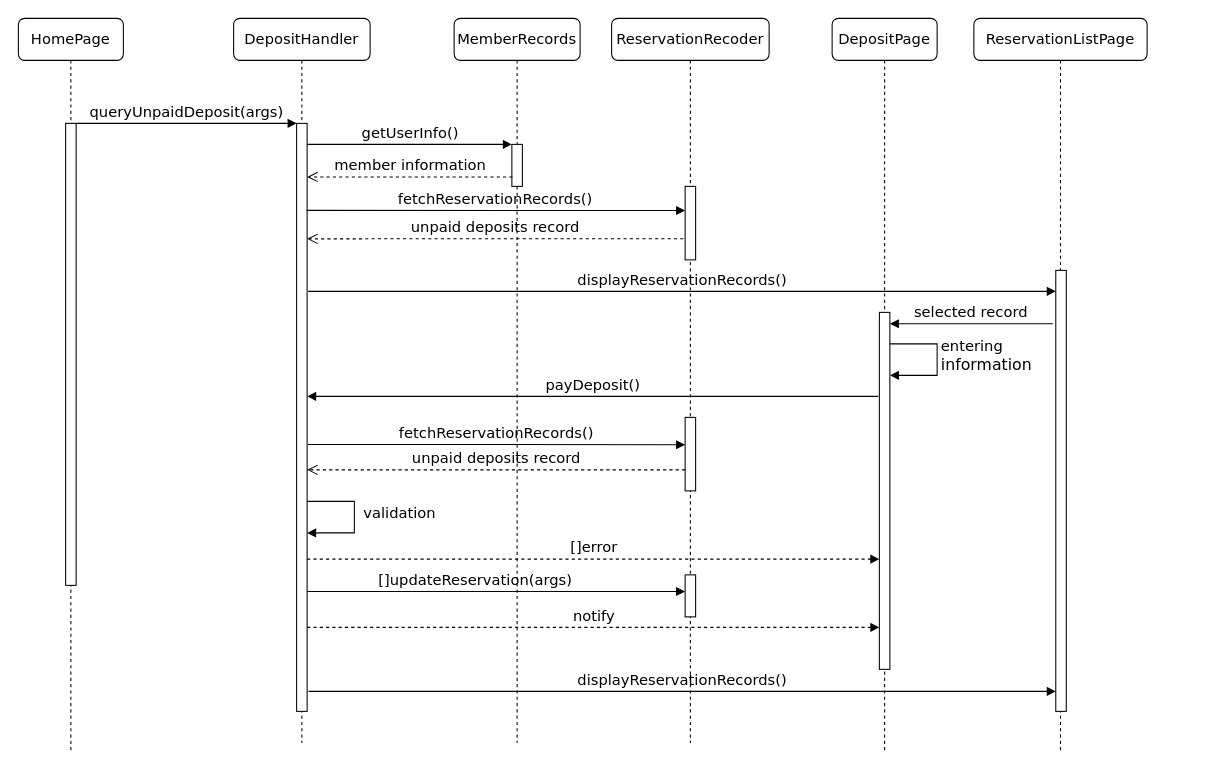
Before: page "Q2" (3 of 3) of Assignment5.drawio in LI-YUXIN-Ryan-Garcia/CSCI3100Assignment, a draw.io diagram. Source tidied: cells renumbered, new cells numbered last; positions are measured from the earlier drawing's top-left corner, leaving out a move shared by most shapes. Both pictures are drawn from the tidied source at 105%, with x=0, y=0 at pixel (18, 18).
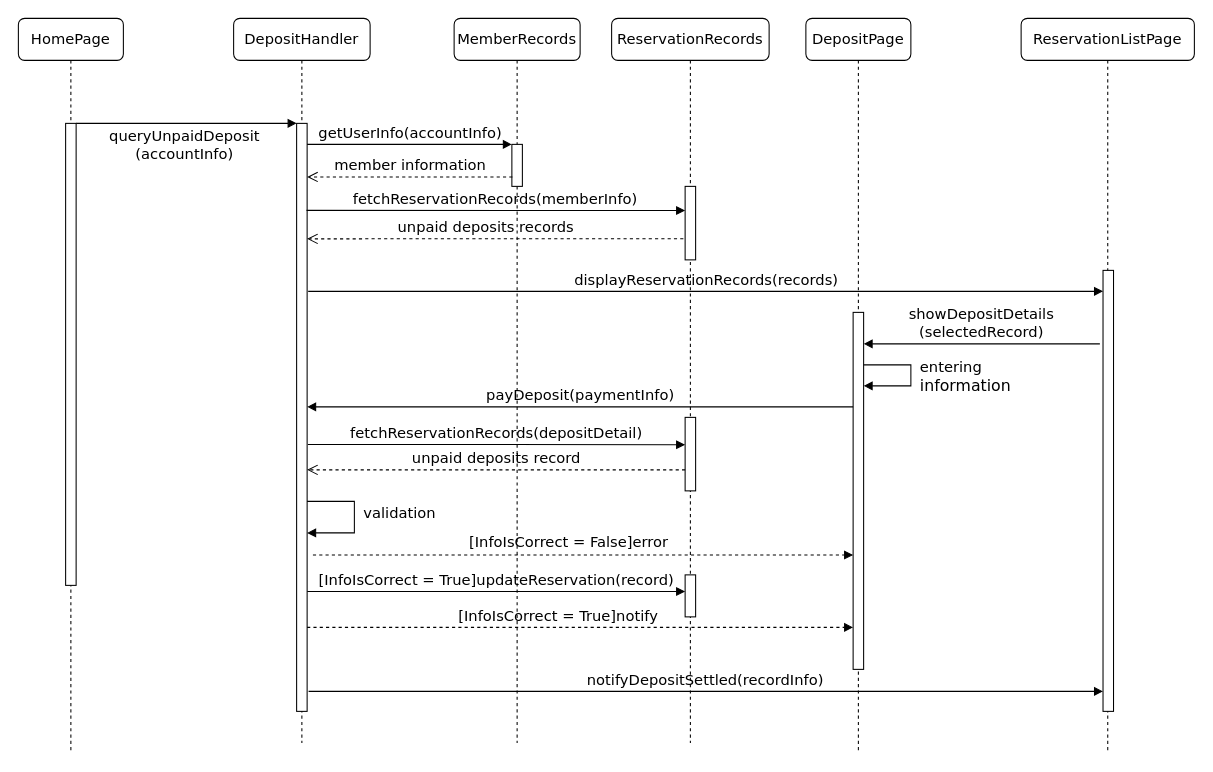
The same diagram, later.

Unchanged cells that the change refers to:
```xml
<mxCell id="3" style="html=1;points=[];perimeter=orthogonalPerimeter;rounded=0;shadow=0;comic=0;labelBackgroundColor=none;strokeColor=#000000;strokeWidth=1;fillColor=#FFFFFF;fontFamily=Verdana;fontSize=14;fontColor=#000000;align=center;" parent="2" vertex="1">
  <mxGeometry x="60" y="100" width="10" height="560" as="geometry" />
</mxCell>
<mxCell id="6" style="html=1;points=[];perimeter=orthogonalPerimeter;rounded=0;shadow=0;comic=0;labelBackgroundColor=none;strokeColor=#000000;strokeWidth=1;fillColor=#FFFFFF;fontFamily=Verdana;fontSize=14;fontColor=#000000;align=center;" parent="5" vertex="1">
  <mxGeometry x="55" y="120" width="10" height="40" as="geometry" />
</mxCell>
<mxCell id="8" style="html=1;points=[];perimeter=orthogonalPerimeter;rounded=0;shadow=0;comic=0;labelBackgroundColor=none;strokeColor=#000000;strokeWidth=1;fillColor=#FFFFFF;fontFamily=Verdana;fontSize=14;fontColor=#000000;align=center;" parent="7" vertex="1">
  <mxGeometry x="70" y="160" width="10" height="70" as="geometry" />
</mxCell>
<mxCell id="9" style="html=1;points=[];perimeter=orthogonalPerimeter;rounded=0;shadow=0;comic=0;labelBackgroundColor=none;strokeColor=#000000;strokeWidth=1;fillColor=#FFFFFF;fontFamily=Verdana;fontSize=14;fontColor=#000000;align=center;" parent="7" vertex="1">
  <mxGeometry x="70" y="380" width="10" height="70" as="geometry" />
</mxCell>
<mxCell id="10" style="html=1;points=[];perimeter=orthogonalPerimeter;rounded=0;shadow=0;comic=0;labelBackgroundColor=none;strokeColor=#000000;strokeWidth=1;fillColor=#FFFFFF;fontFamily=Verdana;fontSize=14;fontColor=#000000;align=center;" parent="7" vertex="1">
  <mxGeometry x="70" y="530" width="10" height="40" as="geometry" />
</mxCell>
<mxCell id="12" style="html=1;points=[];perimeter=orthogonalPerimeter;rounded=0;shadow=0;comic=0;labelBackgroundColor=none;strokeColor=#000000;strokeWidth=1;fillColor=#FFFFFF;fontFamily=Verdana;fontSize=14;fontColor=#000000;align=center;" parent="11" vertex="1">
  <mxGeometry x="45" y="280" width="10" height="340" as="geometry" />
</mxCell>
<mxCell id="15" style="html=1;points=[];perimeter=orthogonalPerimeter;rounded=0;shadow=0;comic=0;labelBackgroundColor=none;strokeColor=#000000;strokeWidth=1;fillColor=#FFFFFF;fontFamily=Verdana;fontSize=14;fontColor=#000000;align=center;" parent="14" vertex="1">
  <mxGeometry x="78" y="240" width="10" height="420" as="geometry" />
</mxCell>
<mxCell id="17" style="html=1;points=[];perimeter=orthogonalPerimeter;rounded=0;shadow=0;comic=0;labelBackgroundColor=none;strokeColor=#000000;strokeWidth=1;fillColor=#FFFFFF;fontFamily=Verdana;fontSize=14;fontColor=#000000;align=center;" parent="16" vertex="1">
  <mxGeometry x="45" y="100" width="10" height="440" as="geometry" />
</mxCell>
```

Change to the diagram source:
```diff
@@
-    <mxCell id="7" value="ReservationRecoder" style="shape=umlLifeline;perimeter=lifelinePerimeter;whiteSpace=wrap;html=1;rounded=1;shadow=0;comic=0;labelBackgroundColor=none;strokeColor=#000000;strokeWidth=1;fillColor=#FFFFFF;fontFamily=Verdana;fontSize=14;fontColor=#000000;align=center;size=40;backgroundOutline=0;" parent="1" vertex="1">
+    <mxCell id="7" value="ReservationRecords" style="shape=umlLifeline;perimeter=lifelinePerimeter;whiteSpace=wrap;html=1;rounded=1;shadow=0;comic=0;labelBackgroundColor=none;strokeColor=#000000;strokeWidth=1;fillColor=#FFFFFF;fontFamily=Verdana;fontSize=14;fontColor=#000000;align=center;size=40;backgroundOutline=0;" parent="1" vertex="1">
       <mxGeometry x="565" width="150" height="690" as="geometry" />
     </mxCell>
@@
     <mxCell id="11" value="DepositPage" style="shape=umlLifeline;perimeter=lifelinePerimeter;whiteSpace=wrap;html=1;rounded=1;shadow=0;comic=0;labelBackgroundColor=none;strokeColor=#000000;strokeWidth=1;fillColor=#FFFFFF;fontFamily=Verdana;fontSize=14;fontColor=#000000;align=center;" parent="1" vertex="1">
-      <mxGeometry x="775" width="100" height="700" as="geometry" />
+      <mxGeometry x="750" width="100" height="700" as="geometry" />
     </mxCell>
@@
     <mxCell id="13" value="&lt;span style=&quot;font-size: 14px&quot;&gt;entering&lt;br&gt;&lt;/span&gt;information&lt;br style=&quot;font-size: 15px&quot;&gt;" style="edgeStyle=orthogonalEdgeStyle;html=1;align=left;spacingLeft=2;endArrow=block;rounded=0;fontSize=15;fontFamily=Verdana;labelBorderColor=none;" parent="11" edge="1" source="12" target="12">
-      <mxGeometry x="-0.25" y="-10" relative="1" as="geometry">
+      <mxGeometry x="-0.18" y="-11" relative="1" as="geometry">
         <Array as="points">
-          <mxPoint x="100" y="310" />
-          <mxPoint x="100" y="340" />
+          <mxPoint x="100" y="330" />
+          <mxPoint x="100" y="350" />
         </Array>
-        <mxPoint x="10" y="10" as="offset" />
+        <mxPoint x="16" y="10" as="offset" />
       </mxGeometry>
     </mxCell>
     <mxCell id="14" value="ReservationListPage" style="shape=umlLifeline;perimeter=lifelinePerimeter;whiteSpace=wrap;html=1;rounded=1;shadow=0;comic=0;labelBackgroundColor=none;strokeColor=#000000;strokeWidth=1;fillColor=#FFFFFF;fontFamily=Verdana;fontSize=14;fontColor=#000000;align=center;" parent="1" vertex="1">
-      <mxGeometry x="910" width="165" height="700" as="geometry" />
+      <mxGeometry x="955" width="165" height="700" as="geometry" />
     </mxCell>
@@
-    <mxCell id="18" value="fetchReservationRecords()" style="html=1;verticalAlign=bottom;endArrow=block;labelBackgroundColor=none;fontFamily=Verdana;fontSize=14;edgeStyle=elbowEdgeStyle;elbow=vertical;exitX=0.943;exitY=0.148;exitDx=0;exitDy=0;exitPerimeter=0;" parent="1" edge="1" source="3" target="8">
+    <mxCell id="18" value="fetchReservationRecords(memberInfo)" style="html=1;verticalAlign=bottom;endArrow=block;labelBackgroundColor=none;fontFamily=Verdana;fontSize=14;edgeStyle=elbowEdgeStyle;elbow=vertical;exitX=0.943;exitY=0.148;exitDx=0;exitDy=0;exitPerimeter=0;" parent="1" edge="1" source="3" target="8">
       <mxGeometry relative="1" as="geometry" />
     </mxCell>
-    <mxCell id="19" value="queryUnpaidDeposit(args)" style="html=1;verticalAlign=bottom;endArrow=block;entryX=0;entryY=0;labelBackgroundColor=none;fontFamily=Verdana;fontSize=14;edgeStyle=elbowEdgeStyle;elbow=vertical;" parent="1" edge="1" source="17" target="3">
-      <mxGeometry relative="1" as="geometry" />
+    <mxCell id="19" value="queryUnpaidDeposit&lt;br&gt;(accountInfo)" style="html=1;verticalAlign=bottom;endArrow=block;entryX=0;entryY=0;labelBackgroundColor=none;fontFamily=Verdana;fontSize=14;edgeStyle=elbowEdgeStyle;elbow=vertical;" parent="1" edge="1" source="17" target="3">
+      <mxGeometry x="-0.02" y="-40" relative="1" as="geometry" />
     </mxCell>
-    <mxCell id="20" value="getUserInfo()" style="html=1;verticalAlign=bottom;endArrow=block;entryX=0;entryY=0;labelBackgroundColor=none;fontFamily=Verdana;fontSize=14;edgeStyle=elbowEdgeStyle;elbow=vertical;" parent="1" edge="1" source="3" target="6">
+    <mxCell id="20" value="getUserInfo(accountInfo)" style="html=1;verticalAlign=bottom;endArrow=block;entryX=0;entryY=0;labelBackgroundColor=none;fontFamily=Verdana;fontSize=14;edgeStyle=elbowEdgeStyle;elbow=vertical;" parent="1" edge="1" source="3" target="6">
       <mxGeometry relative="1" as="geometry" />
     </mxCell>
@@
-    <mxCell id="22" value="displayReservationRecords()" style="html=1;verticalAlign=bottom;endArrow=block;labelBackgroundColor=none;fontFamily=Verdana;fontSize=14;" parent="1" edge="1" target="15">
+    <mxCell id="22" value="displayReservationRecords(records)" style="html=1;verticalAlign=bottom;endArrow=block;labelBackgroundColor=none;fontFamily=Verdana;fontSize=14;" parent="1" edge="1" target="15">
       <mxGeometry relative="1" as="geometry">
         <mxPoint x="276" y="260" as="sourcePoint" />
       </mxGeometry>
     </mxCell>
-    <mxCell id="23" value="unpaid deposits record" style="html=1;verticalAlign=bottom;endArrow=open;dashed=1;endSize=8;labelBackgroundColor=none;fontFamily=Verdana;fontSize=14;edgeStyle=elbowEdgeStyle;elbow=vertical;exitX=-0.167;exitY=0.712;exitDx=0;exitDy=0;exitPerimeter=0;" parent="1" edge="1" source="8" target="3">
-      <mxGeometry relative="1" as="geometry" />
+    <mxCell id="23" value="unpaid deposits records" style="html=1;verticalAlign=bottom;endArrow=open;dashed=1;endSize=8;labelBackgroundColor=none;fontFamily=Verdana;fontSize=14;edgeStyle=elbowEdgeStyle;elbow=vertical;exitX=-0.167;exitY=0.712;exitDx=0;exitDy=0;exitPerimeter=0;" parent="1" edge="1" source="8" target="3">
+      <mxGeometry x="0.05" relative="1" as="geometry" />
     </mxCell>
-    <mxCell id="24" value="payDeposit()" style="html=1;verticalAlign=bottom;endArrow=block;labelBackgroundColor=none;fontFamily=Verdana;fontSize=14;edgeStyle=elbowEdgeStyle;elbow=vertical;" parent="1" edge="1" target="3">
+    <mxCell id="24" value="payDeposit(paymentInfo)" style="html=1;verticalAlign=bottom;endArrow=block;labelBackgroundColor=none;fontFamily=Verdana;fontSize=14;edgeStyle=elbowEdgeStyle;elbow=vertical;" parent="1" edge="1" source="12" target="3">
       <mxGeometry relative="1" as="geometry">
-        <mxPoint x="819" y="360" as="sourcePoint" />
+        <Array as="points">
+          <mxPoint x="725" y="370" />
+        </Array>
       </mxGeometry>
     </mxCell>
-    <mxCell id="25" value="fetchReservationRecords()" style="html=1;verticalAlign=bottom;endArrow=block;labelBackgroundColor=none;fontFamily=Verdana;fontSize=14;edgeStyle=elbowEdgeStyle;elbow=vertical;exitX=1.069;exitY=0.546;exitDx=0;exitDy=0;exitPerimeter=0;" parent="1" edge="1" source="3" target="9">
+    <mxCell id="25" value="fetchReservationRecords(depositDetail)" style="html=1;verticalAlign=bottom;endArrow=block;labelBackgroundColor=none;fontFamily=Verdana;fontSize=14;edgeStyle=elbowEdgeStyle;elbow=vertical;exitX=1.069;exitY=0.546;exitDx=0;exitDy=0;exitPerimeter=0;" parent="1" edge="1" source="3" target="9">
       <mxGeometry relative="1" as="geometry" />
     </mxCell>
@@
-    <mxCell id="27" value="[]error" style="html=1;verticalAlign=bottom;endArrow=block;labelBackgroundColor=none;fontFamily=Verdana;fontSize=14;edgeStyle=elbowEdgeStyle;elbow=vertical;dashed=1;" parent="1" edge="1" source="3">
-      <mxGeometry relative="1" as="geometry">
-        <mxPoint x="820" y="515" as="targetPoint" />
-      </mxGeometry>
+    <mxCell id="27" value="[InfoIsCorrect = False]error" style="html=1;verticalAlign=bottom;endArrow=block;labelBackgroundColor=none;fontFamily=Verdana;fontSize=14;edgeStyle=elbowEdgeStyle;elbow=vertical;dashed=1;exitX=1.553;exitY=0.734;exitDx=0;exitDy=0;exitPerimeter=0;" parent="1" edge="1" source="3" target="12">
+      <mxGeometry x="-0.05" y="1" relative="1" as="geometry" />
     </mxCell>
-    <mxCell id="28" value="[]updateReservation(args)" style="html=1;verticalAlign=bottom;endArrow=block;labelBackgroundColor=none;fontFamily=Verdana;fontSize=14;exitX=1.014;exitY=0.796;exitDx=0;exitDy=0;exitPerimeter=0;" parent="1" edge="1" source="3" target="10">
-      <mxGeometry x="-0.11" relative="1" as="geometry" />
+    <mxCell id="28" value="[InfoIsCorrect = True]updateReservation(record)" style="html=1;verticalAlign=bottom;endArrow=block;labelBackgroundColor=none;fontFamily=Verdana;fontSize=14;exitX=1.014;exitY=0.796;exitDx=0;exitDy=0;exitPerimeter=0;" parent="1" edge="1" source="3" target="10">
+      <mxGeometry relative="1" as="geometry" />
     </mxCell>
-    <mxCell id="29" value="notify" style="html=1;verticalAlign=bottom;endArrow=block;labelBackgroundColor=none;fontFamily=Verdana;fontSize=14;dashed=1;" parent="1" edge="1" target="12">
-      <mxGeometry relative="1" as="geometry">
+    <mxCell id="29" value="[InfoIsCorrect = True]notify" style="html=1;verticalAlign=bottom;endArrow=block;labelBackgroundColor=none;fontFamily=Verdana;fontSize=14;dashed=1;" parent="1" edge="1" target="12">
+      <mxGeometry x="-0.08" relative="1" as="geometry">
         <mxPoint x="275" y="580" as="sourcePoint" />
       </mxGeometry>
     </mxCell>
-    <mxCell id="30" value="selected record" style="html=1;verticalAlign=bottom;endArrow=block;labelBackgroundColor=none;fontFamily=Verdana;fontSize=14;exitX=-0.279;exitY=0.121;exitDx=0;exitDy=0;exitPerimeter=0;" parent="1" edge="1" source="15" target="12">
-      <mxGeometry relative="1" as="geometry" />
+    <mxCell id="30" value="showDepositDetails&lt;br&gt;(selectedRecord)" style="html=1;verticalAlign=bottom;endArrow=block;labelBackgroundColor=none;fontFamily=Verdana;fontSize=14;" parent="1" edge="1" target="12">
+      <mxGeometry relative="1" as="geometry">
+        <mxPoint x="1030" y="310" as="sourcePoint" />
+      </mxGeometry>
     </mxCell>
-    <mxCell id="31" value="displayReservationRecords()" style="html=1;verticalAlign=bottom;endArrow=block;labelBackgroundColor=none;fontFamily=Verdana;fontSize=14;exitX=1.14;exitY=0.966;exitDx=0;exitDy=0;exitPerimeter=0;" parent="1" edge="1" source="3" target="15">
+    <mxCell id="31" value="notifyDepositSettled(recordInfo)" style="html=1;verticalAlign=bottom;endArrow=block;labelBackgroundColor=none;fontFamily=Verdana;fontSize=14;exitX=1.14;exitY=0.966;exitDx=0;exitDy=0;exitPerimeter=0;" parent="1" edge="1" source="3" target="15">
       <mxGeometry relative="1" as="geometry" />
     </mxCell>
```
